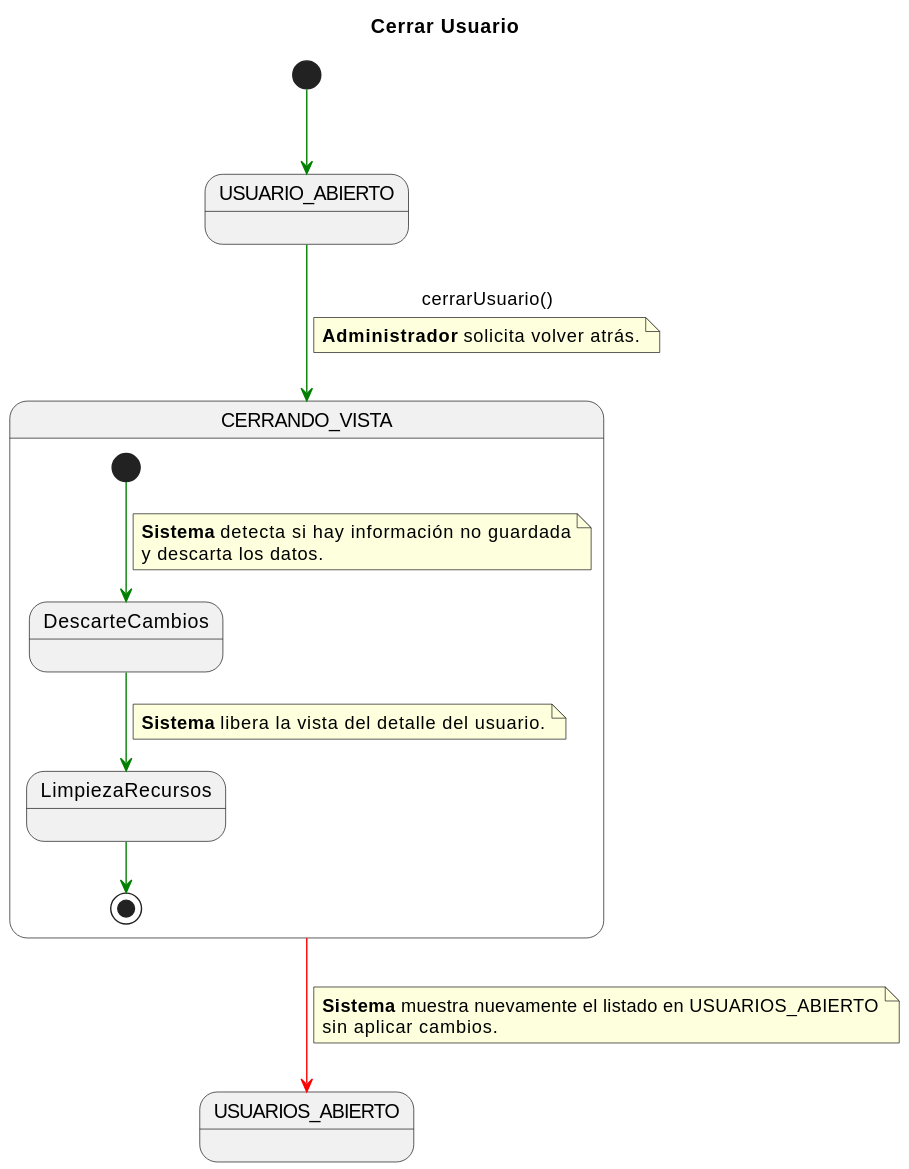
enmabry/25-26-IdSw1-SdR keeps this PlantUML diagram as documents/CasosDeUso/DetalladoCasosDeUso/Administrador/cerrarUsuario.svg. Above is the earlier version.
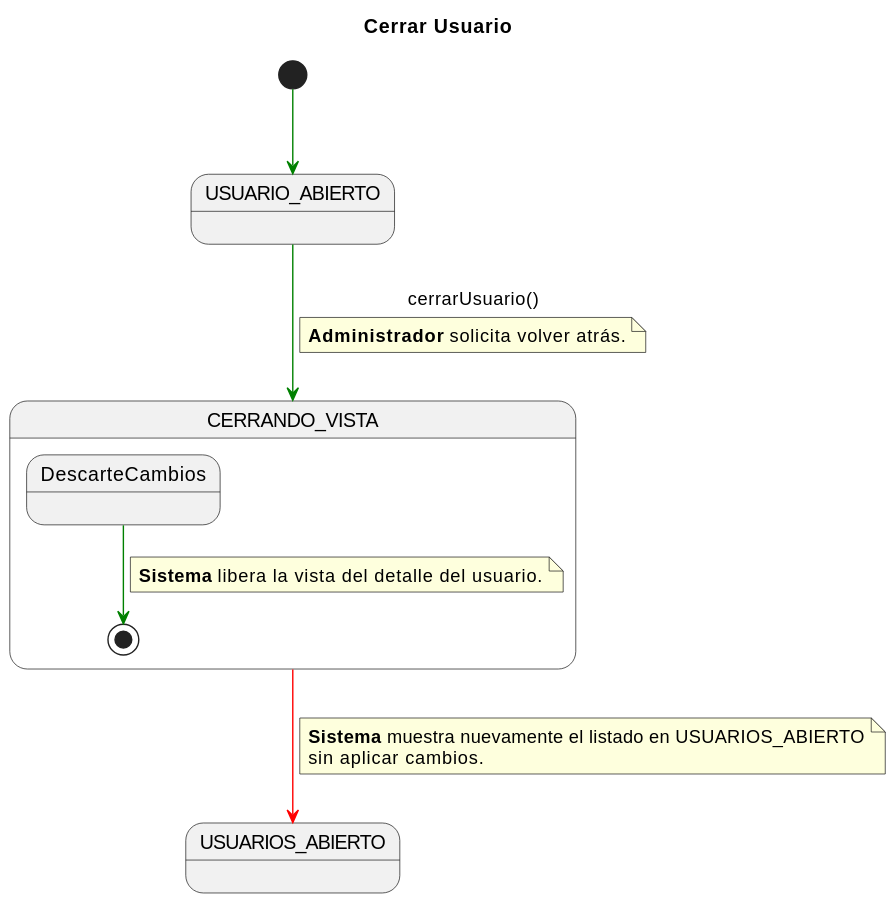
Above is the later version.

Diff of the diagram source:
```diff
@@ -16,20 +16,12 @@
 state PROCESO_CIERRE_COMP {
 
     state DescarteCambios
-    state LimpiezaRecursos
 
-    [*] -[#green]-> DescarteCambios
-    note on link
-    <b>Sistema</b> detecta si hay información no guardada
-    y descarta los datos.
-    end note
-
-    DescarteCambios -[#green]-> LimpiezaRecursos
+    DescarteCambios -[#green]-> [*]
     note on link
     <b>Sistema</b> libera la vista del detalle del usuario.
     end note
 
-    LimpiezaRecursos -[#green]-> [*]
 }
 
 PROCESO_CIERRE_COMP -[#red]-> USUARIOS_ABIERTO_FINAL
```
